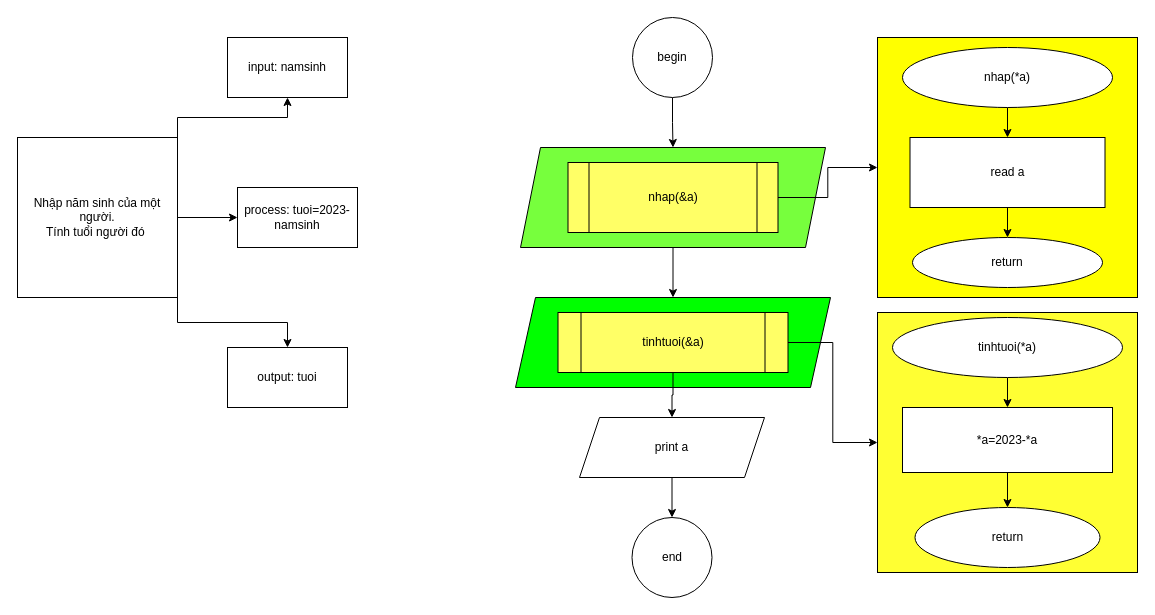
Earlier version of the draw.io diagram 06_04_2023/bai04.drawio (KhanhNguyen9872/DH_Gia_Dinh_K16). Source tidied: cells renumbered, new cells numbered last; positions are measured from the earlier drawing's top-left corner, leaving out a move shared by most shapes. Both pictures are drawn from the tidied source at 100%, with x=0, y=0 at pixel (17, 17).
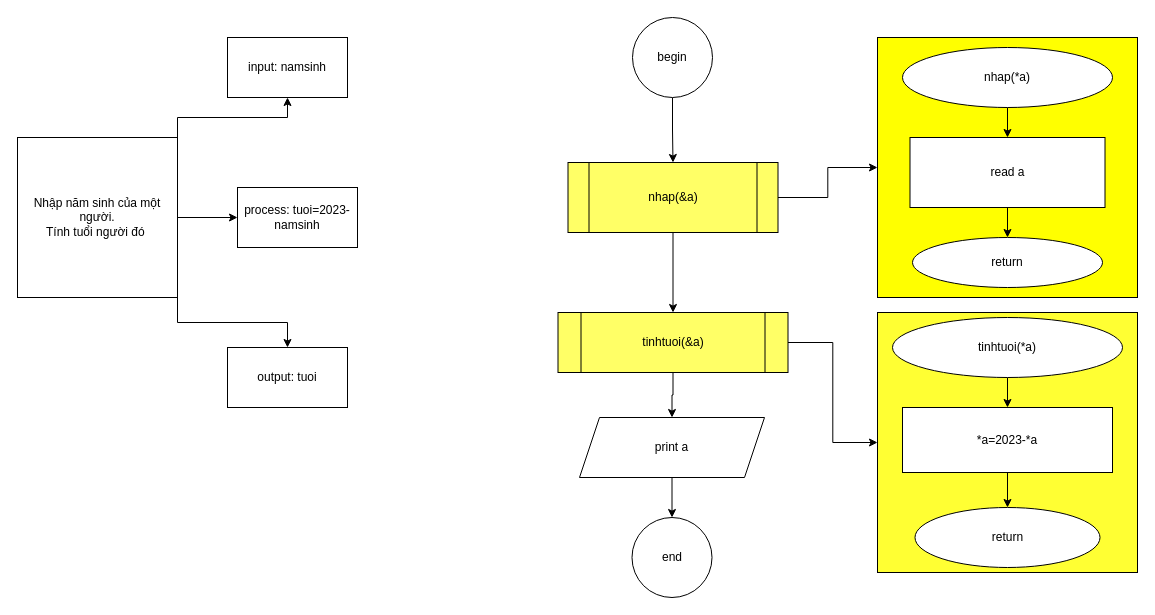
The same page after the edit.

Unchanged cells that the change refers to:
```xml
<mxCell id="3" value="begin" style="ellipse;whiteSpace=wrap;html=1;" parent="1" vertex="1">
  <mxGeometry x="615" width="80" height="80" as="geometry" />
</mxCell>
<mxCell id="8" value="nhap(&amp;amp;a)" style="shape=process;whiteSpace=wrap;html=1;backgroundOutline=1;fillColor=#FFFF66;" parent="1" vertex="1">
  <mxGeometry x="550.5" y="145" width="210" height="70" as="geometry" />
</mxCell>
<mxCell id="19" value="tinhtuoi(&amp;amp;a)" style="shape=process;whiteSpace=wrap;html=1;backgroundOutline=1;fillColor=#FFFF66;" parent="1" vertex="1">
  <mxGeometry x="540.5" y="295" width="230" height="60" as="geometry" />
</mxCell>
```

Diff of the diagram source:
```diff
@@
-    <mxCell id="2" style="edgeStyle=orthogonalEdgeStyle;rounded=0;jettySize=auto;html=1;entryX=0.5;entryY=0;entryDx=0;entryDy=0;" parent="1" edge="1" source="3" target="6">
+    <mxCell id="2" style="edgeStyle=orthogonalEdgeStyle;rounded=0;jettySize=auto;html=1;entryX=0.5;entryY=0;entryDx=0;entryDy=0;" parent="1" edge="1" source="3" target="8">
       <mxGeometry relative="1" as="geometry" />
     </mxCell>
@@
-    <mxCell id="5" style="edgeStyle=orthogonalEdgeStyle;rounded=0;jettySize=auto;html=1;entryX=0.5;entryY=0;entryDx=0;entryDy=0;" parent="1" edge="1" source="6" target="16">
+    <mxCell id="5" style="edgeStyle=orthogonalEdgeStyle;rounded=0;jettySize=auto;html=1;entryX=0.5;entryY=0;entryDx=0;entryDy=0;exitX=0.5;exitY=1;exitDx=0;exitDy=0;" parent="1" edge="1" source="8" target="19">
       <mxGeometry relative="1" as="geometry" />
     </mxCell>
-    <mxCell id="6" style="shape=parallelogram;perimeter=parallelogramPerimeter;whiteSpace=wrap;html=1;fixedSize=1;fillColor=#77FF3D;" parent="1" vertex="1">
-      <mxGeometry x="503" y="130" width="305" height="100" as="geometry" />
-    </mxCell>
@@
-    <mxCell id="16" style="shape=parallelogram;perimeter=parallelogramPerimeter;whiteSpace=wrap;html=1;fixedSize=1;fillColor=#00FF00;" parent="1" vertex="1">
-      <mxGeometry x="498" y="280" width="315" height="90" as="geometry" />
-    </mxCell>
```
